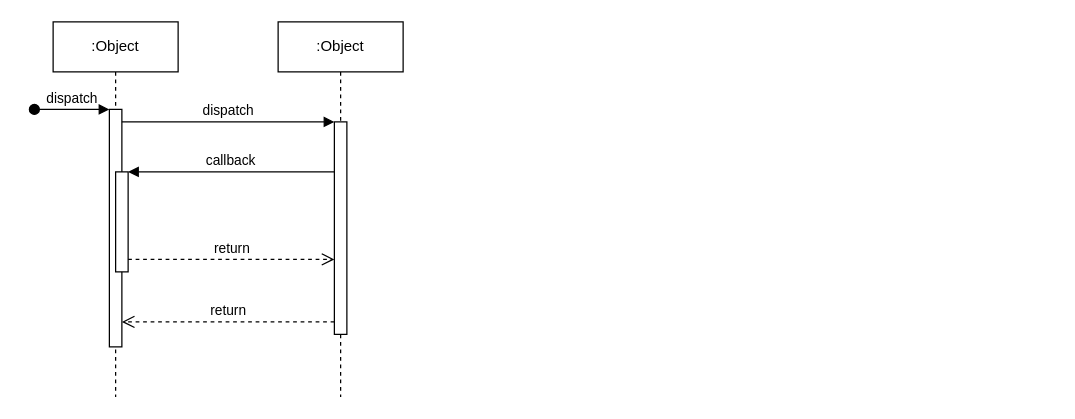
The draw.io diagram Untitled Diagram.drawio in BARIGOU-Imane/Gestion-des-Ordres-de-Mission, before the edit. Source tidied: cells renumbered, new cells numbered last; positions are measured from the earlier drawing's top-left corner, leaving out a move shared by most shapes. Both pictures are drawn from the tidied source at 125%, with x=0, y=0 at pixel (34, 21).
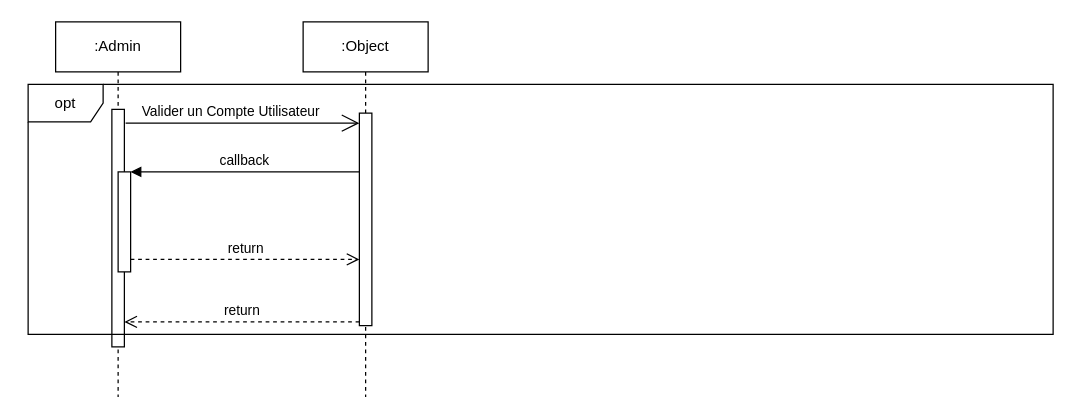
The same page after the edit.

The edit, as a diff of the source:
```diff
@@
 <mxGraphModel>
   <root>
     <mxCell id="0" />
     <mxCell id="1" parent="0" />
-    <mxCell id="2" value=":Object" style="shape=umlLifeline;perimeter=lifelinePerimeter;whiteSpace=wrap;html=1;newEdgeStyle={&quot;edgeStyle&quot;:&quot;elbowEdgeStyle&quot;,&quot;elbow&quot;:&quot;vertical&quot;,&quot;curved&quot;:0,&quot;rounded&quot;:0};" parent="1" vertex="1">
-      <mxGeometry x="15" width="100" height="300" as="geometry" />
+    <mxCell id="2" value=":Admin" style="shape=umlLifeline;perimeter=lifelinePerimeter;whiteSpace=wrap;html=1;newEdgeStyle={&quot;edgeStyle&quot;:&quot;elbowEdgeStyle&quot;,&quot;elbow&quot;:&quot;vertical&quot;,&quot;curved&quot;:0,&quot;rounded&quot;:0};" parent="1" vertex="1">
+      <mxGeometry x="17" width="100" height="300" as="geometry" />
     </mxCell>
     <mxCell id="3" style="html=1;points=[];perimeter=orthogonalPerimeter;outlineConnect=0;targetShapes=umlLifeline;portConstraint=eastwest;newEdgeStyle={&quot;edgeStyle&quot;:&quot;elbowEdgeStyle&quot;,&quot;elbow&quot;:&quot;vertical&quot;,&quot;curved&quot;:0,&quot;rounded&quot;:0};" parent="2" vertex="1">
       <mxGeometry x="45" y="70" width="10" height="190" as="geometry" />
     </mxCell>
-    <mxCell id="4" value="dispatch" style="html=1;verticalAlign=bottom;startArrow=oval;endArrow=block;startSize=8;edgeStyle=elbowEdgeStyle;elbow=vertical;curved=0;rounded=0;" parent="2" edge="1" target="3">
-      <mxGeometry relative="1" as="geometry">
-        <mxPoint x="-15" y="70" as="sourcePoint" />
-      </mxGeometry>
-    </mxCell>
     <mxCell id="5" style="html=1;points=[];perimeter=orthogonalPerimeter;outlineConnect=0;targetShapes=umlLifeline;portConstraint=eastwest;newEdgeStyle={&quot;edgeStyle&quot;:&quot;elbowEdgeStyle&quot;,&quot;elbow&quot;:&quot;vertical&quot;,&quot;curved&quot;:0,&quot;rounded&quot;:0};" parent="2" vertex="1">
       <mxGeometry x="50" y="120" width="10" height="80" as="geometry" />
     </mxCell>
     <mxCell id="6" value=":Object" style="shape=umlLifeline;perimeter=lifelinePerimeter;whiteSpace=wrap;html=1;newEdgeStyle={&quot;edgeStyle&quot;:&quot;elbowEdgeStyle&quot;,&quot;elbow&quot;:&quot;vertical&quot;,&quot;curved&quot;:0,&quot;rounded&quot;:0};" parent="1" vertex="1">
-      <mxGeometry x="195" width="100" height="300" as="geometry" />
+      <mxGeometry x="215" width="100" height="300" as="geometry" />
     </mxCell>
     <mxCell id="7" style="html=1;points=[];perimeter=orthogonalPerimeter;outlineConnect=0;targetShapes=umlLifeline;portConstraint=eastwest;newEdgeStyle={&quot;edgeStyle&quot;:&quot;elbowEdgeStyle&quot;,&quot;elbow&quot;:&quot;vertical&quot;,&quot;curved&quot;:0,&quot;rounded&quot;:0};" parent="6" vertex="1">
-      <mxGeometry x="45" y="80" width="10" height="170" as="geometry" />
+      <mxGeometry x="45" y="73" width="10" height="170" as="geometry" />
     </mxCell>
-    <mxCell id="8" value="dispatch" style="html=1;verticalAlign=bottom;endArrow=block;edgeStyle=elbowEdgeStyle;elbow=vertical;curved=0;rounded=0;" parent="1" edge="1" source="3" target="7">
-      <mxGeometry relative="1" as="geometry">
-        <Array as="points">
-          <mxPoint x="155" y="80" />
-        </Array>
-      </mxGeometry>
-    </mxCell>
     <mxCell id="9" value="return" style="html=1;verticalAlign=bottom;endArrow=open;dashed=1;endSize=8;edgeStyle=elbowEdgeStyle;elbow=vertical;curved=0;rounded=0;" parent="1" edge="1" source="7" target="3">
       <mxGeometry relative="1" as="geometry">
         <Array as="points">
-          <mxPoint x="165" y="240" />
+          <mxPoint x="167" y="240" />
         </Array>
       </mxGeometry>
     </mxCell>
     <mxCell id="10" value="callback" style="html=1;verticalAlign=bottom;endArrow=block;edgeStyle=elbowEdgeStyle;elbow=vertical;curved=0;rounded=0;" parent="1" edge="1" source="7" target="5">
       <mxGeometry relative="1" as="geometry">
         <Array as="points">
-          <mxPoint x="165" y="120" />
+          <mxPoint x="167" y="120" />
         </Array>
       </mxGeometry>
     </mxCell>
     <mxCell id="11" value="return" style="html=1;verticalAlign=bottom;endArrow=open;dashed=1;endSize=8;edgeStyle=elbowEdgeStyle;elbow=vertical;curved=0;rounded=0;" parent="1" edge="1" source="5" target="7">
       <mxGeometry relative="1" as="geometry">
         <Array as="points">
-          <mxPoint x="155" y="190" />
+          <mxPoint x="157" y="190" />
         </Array>
       </mxGeometry>
     </mxCell>
+    <mxCell id="12" value="opt" style="shape=umlFrame;whiteSpace=wrap;html=1;" parent="1" vertex="1">
+      <mxGeometry x="-5" y="50" width="820" height="200" as="geometry" />
+    </mxCell>
+    <mxCell id="13" style="group;" parent="1" vertex="1">
+      <mxGeometry x="73" y="57" width="172" height="30" as="geometry" />
+    </mxCell>
+    <mxCell id="14" style="endArrow=open;endFill=1;endSize=12;html=1;rounded=0;" parent="13" edge="1" target="7">
+      <mxGeometry relative="1" as="geometry">
+        <mxPoint y="24" as="sourcePoint" />
+      </mxGeometry>
+    </mxCell>
+    <mxCell id="15" value="&lt;span style=&quot;font-size: 11px; text-wrap: nowrap; background-color: rgb(255, 255, 255);&quot;&gt;Valider un Compte Utilisateur&lt;/span&gt;" style="text;html=1;align=center;verticalAlign=middle;whiteSpace=wrap;rounded=0;" parent="13" vertex="1">
+      <mxGeometry x="51.6" width="64.5" height="30" as="geometry" />
+    </mxCell>
   </root>
 </mxGraphModel>
```
